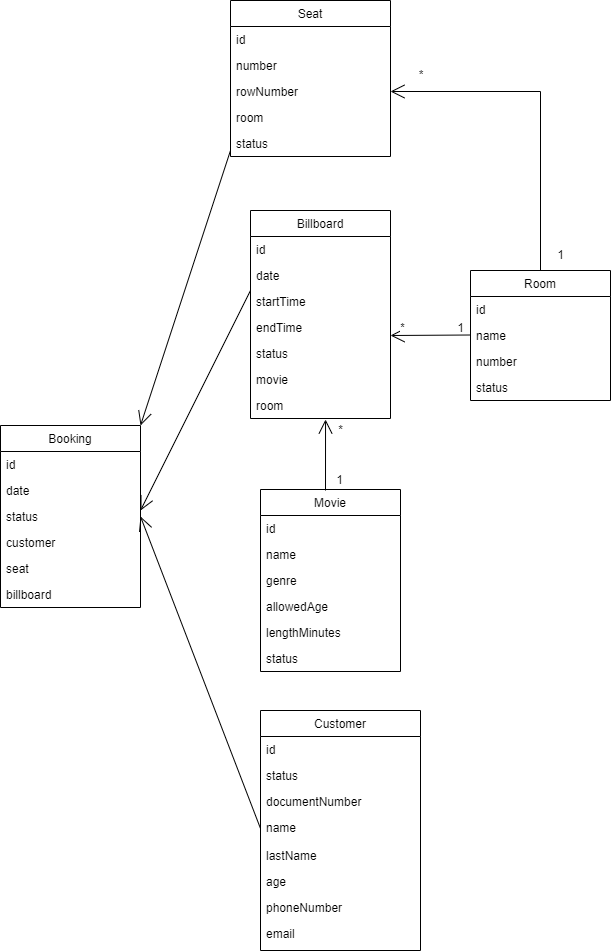
This is src/assets/assesment.png from alex-romac/prueba-front, a draw.io export, as it was before one commit. Source tidied: cells renumbered, new cells last; positions are measured from the earlier drawing's top-left corner, leaving out a move shared by most shapes.
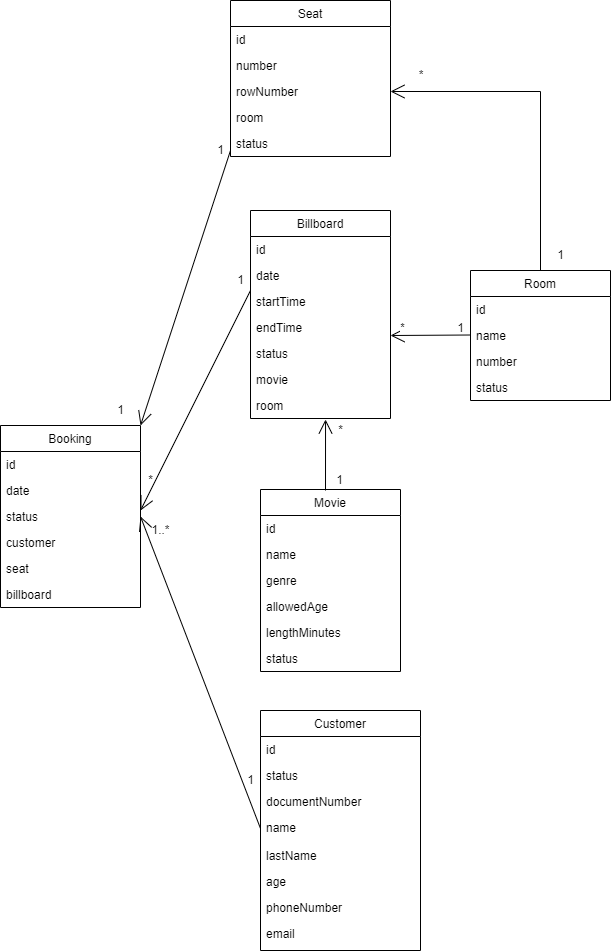
The same file after the commit.

Diff of the diagram source:
```diff
@@ -178,5 +178,23 @@
         <mxPoint x="230" y="150" as="sourcePoint" />
       </mxGeometry>
     </mxCell>
+    <mxCell id="56" value="1" style="text;html=1;align=center;verticalAlign=middle;strokeColor=none;fillColor=none;" parent="1" vertex="1">
+      <mxGeometry x="205" y="135" width="30" height="30" as="geometry" />
+    </mxCell>
+    <mxCell id="57" value="1" style="text;html=1;align=center;verticalAlign=middle;strokeColor=none;fillColor=none;" parent="1" vertex="1">
+      <mxGeometry x="105" y="395" width="30" height="30" as="geometry" />
+    </mxCell>
+    <mxCell id="58" value="1" style="text;html=1;align=center;verticalAlign=middle;strokeColor=none;fillColor=none;" parent="1" vertex="1">
+      <mxGeometry x="225" y="265" width="30" height="30" as="geometry" />
+    </mxCell>
+    <mxCell id="59" value="*" style="text;html=1;align=center;verticalAlign=middle;strokeColor=none;fillColor=none;" parent="1" vertex="1">
+      <mxGeometry x="135" y="465" width="30" height="30" as="geometry" />
+    </mxCell>
+    <mxCell id="60" value="1" style="text;html=1;align=center;verticalAlign=middle;strokeColor=none;fillColor=none;" parent="1" vertex="1">
+      <mxGeometry x="235" y="765" width="30" height="30" as="geometry" />
+    </mxCell>
+    <mxCell id="61" value="1..*" style="text;html=1;align=center;verticalAlign=middle;strokeColor=none;fillColor=none;" parent="1" vertex="1">
+      <mxGeometry x="140" y="515" width="40" height="30" as="geometry" />
+    </mxCell>
   </root>
 </mxGraphModel>
```
